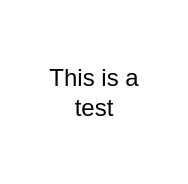
Above: Untitled Diagram.drawio in luketych/drawio-ipad (draw.io), before the change. Source tidied: cells renumbered, new cells numbered last; positions are measured from the earlier drawing's top-left corner, leaving out a move shared by most shapes. Both pictures are drawn from the tidied source at 200%, with x=0, y=0 at pixel (34, 62).
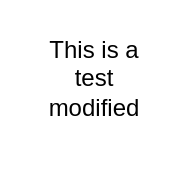
Above is the later version.

Diff of the diagram source:
```diff
@@
 <mxGraphModel>
   <root>
     <mxCell id="0" />
     <mxCell id="1" parent="0" />
-    <mxCell id="2" value="This is a test" style="text;html=1;whiteSpace=wrap;strokeColor=none;fillColor=none;align=center;verticalAlign=middle;rounded=0;" parent="1" vertex="1">
+    <mxCell id="2" value="This is a test modified&lt;div&gt;&lt;br&gt;&lt;/div&gt;" style="text;html=1;whiteSpace=wrap;strokeColor=none;fillColor=none;align=center;verticalAlign=middle;rounded=0;" parent="1" vertex="1">
       <mxGeometry width="60" height="30" as="geometry" />
     </mxCell>
   </root>
 </mxGraphModel>
```
